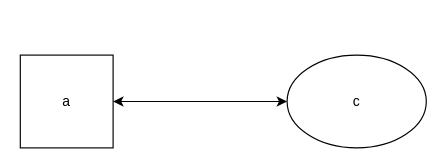
onixpro/mkdocs-drawio-file keeps this draw.io diagram as page "Page-1" (1 of 2) of example/docs/test.drawio. Above is the earlier version. Source tidied: cells renumbered, new cells numbered last; positions are measured from the earlier drawing's top-left corner, leaving out a move shared by most shapes. Both pictures are drawn from the tidied source at 116%, with x=0, y=0 at pixel (20, 55).
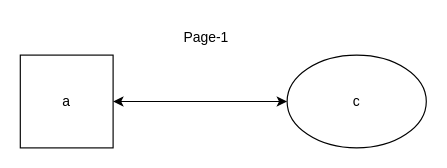
Above is the later version.

Commit message (it also covers changes not shown here):
add support for multi page diagrams and update README

The edit, as a diff of the source:
```diff
@@
 <mxGraphModel>
   <root>
     <mxCell id="0" />
     <mxCell id="1" parent="0" />
     <mxCell id="2" value="a" style="whiteSpace=wrap;html=1;" parent="1" vertex="1">
       <mxGeometry width="80" height="80" as="geometry" />
     </mxCell>
     <mxCell id="3" style="endArrow=classic;startArrow=classic;html=1;exitX=1;exitY=0.5;exitDx=0;exitDy=0;entryX=0;entryY=0.5;entryDx=0;entryDy=0;" parent="1" edge="1" source="2" target="4">
       <mxGeometry relative="1" as="geometry" />
     </mxCell>
     <mxCell id="4" value="c" style="ellipse;whiteSpace=wrap;html=1;" parent="1" vertex="1">
       <mxGeometry x="230" width="120" height="80" as="geometry" />
     </mxCell>
+    <mxCell id="5" value="Page-1" style="text;html=1;align=center;verticalAlign=middle;strokeColor=none;fillColor=none;" parent="1" vertex="1">
+      <mxGeometry x="130" y="-30" width="60" height="30" as="geometry" />
+    </mxCell>
   </root>
 </mxGraphModel>
```
